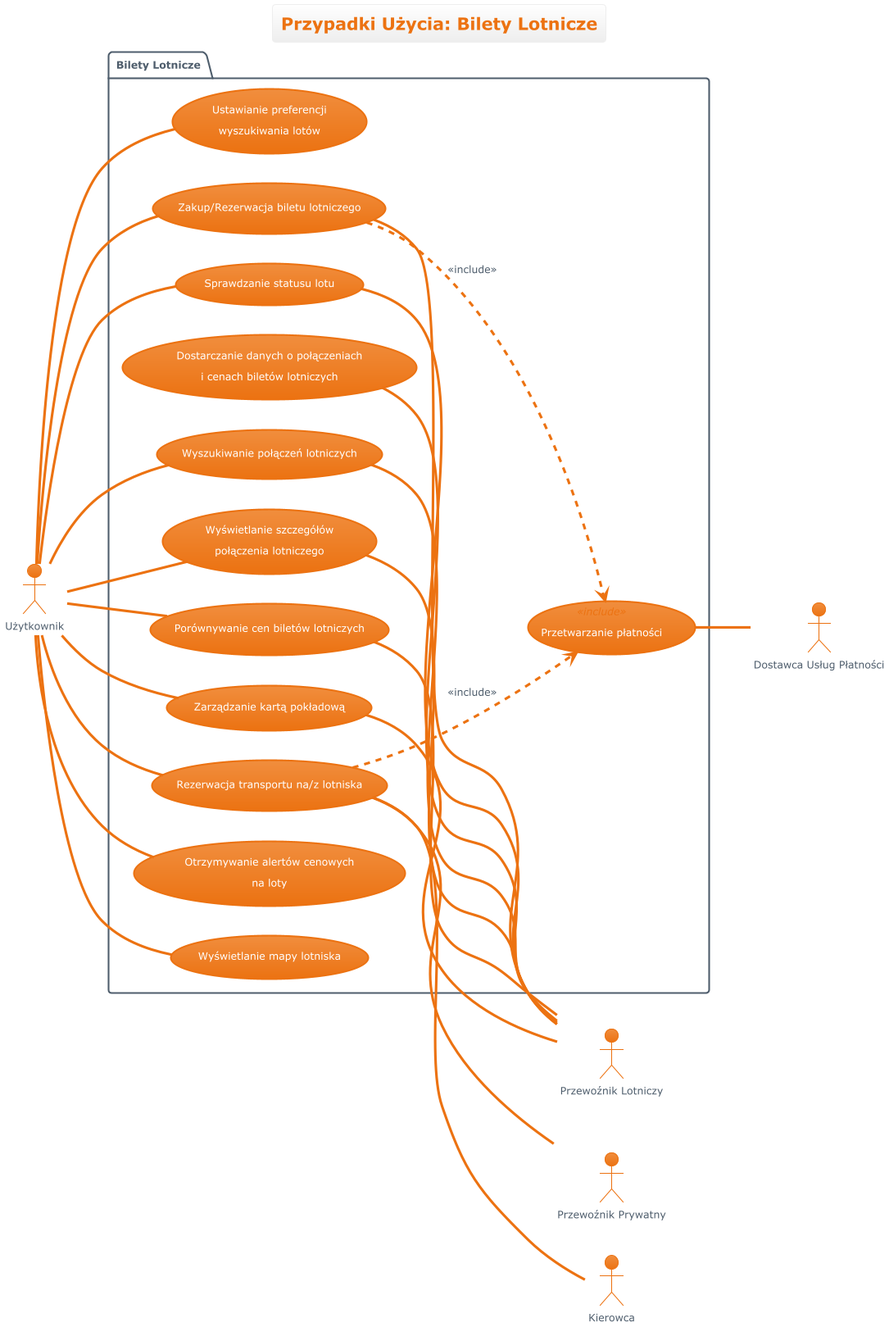
Earlier version of the PlantUML export diagramy/przypadki_uzycia/images/diagram_bilety_lotnicze_1.png (karolbystrek/Projekt-Modele-Wytwarzania-Oprogramowania-Projekt).
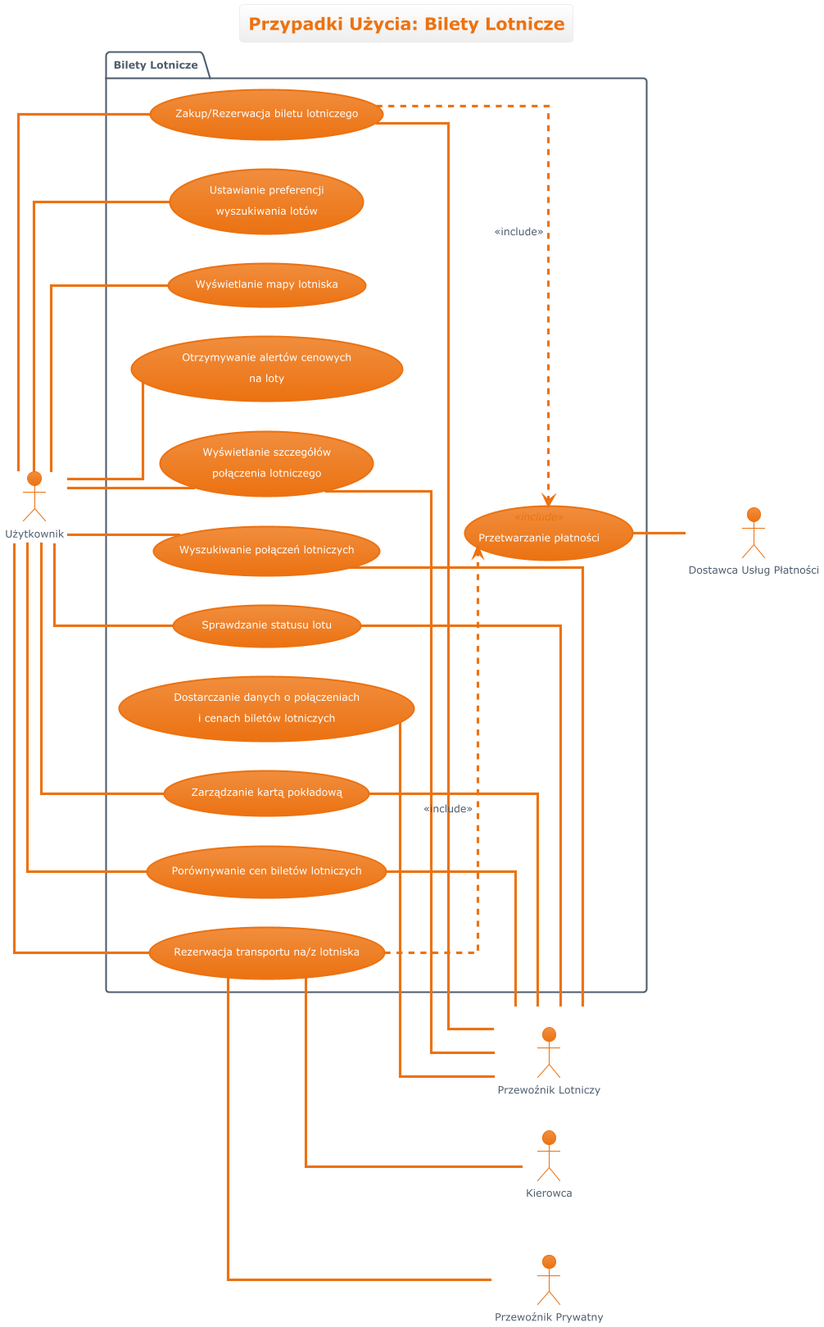
The same diagram one commit later.

Change to the diagram source:
```diff
@@ -558,14 +558,11 @@
 }
 </style>
 !include ../../aws-orange-theme.puml
+skinparam Linetype ortho
 left to right direction
 title "Przypadki Użycia: Bilety Lotnicze"
 
 actor Uzytkownik as "Użytkownik"
-actor PrzewoznikLotniczy as "Przewoźnik Lotniczy" <<system>>
-actor Kierowca
-actor PrzewoznikPrywatny as "Przewoźnik Prywatny" <<system>>
-actor DostawcaUslugPlatnosci as "Dostawca Usług Płatności" <<system>>
 
 package "Bilety Lotnicze" {
   usecase UC_BL1 as "Ustawianie preferencji\nwyszukiwania lotów"
@@ -573,46 +570,45 @@
   usecase UC_BL3 as "Wyświetlanie szczegółów\npołączenia lotniczego"
   usecase UC_BL4 as "Porównywanie cen biletów lotniczych"
   usecase UC_BL_ZAKUP as "Zakup/Rezerwacja biletu lotniczego"
+
   usecase UC_BL5 as "Dostarczanie danych o połączeniach\ni cenach biletów lotniczych"
   usecase UC_BL6 as "Rezerwacja transportu na/z lotniska"
   usecase UC_BL7 as "Zarządzanie kartą pokładową"
   usecase UC_BL8 as "Sprawdzanie statusu lotu"
   usecase UC_BL9 as "Otrzymywanie alertów cenowych\nna loty"
   usecase UC_BL10 as "Wyświetlanie mapy lotniska"
-
   usecase ProcessPayment as "Przetwarzanie płatności" <<include>>
 }
 
+actor PrzewoznikLotniczy as "Przewoźnik Lotniczy" <<system>>
+actor Kierowca
+actor PrzewoznikPrywatny as "Przewoźnik Prywatny" <<system>>
+actor DostawcaUslugPlatnosci as "Dostawca Usług Płatności" <<system>>
+
+UC_BL2 -- PrzewoznikLotniczy
+UC_BL3 -- PrzewoznikLotniczy
+UC_BL4 -- PrzewoznikLotniczy
+UC_BL_ZAKUP -- PrzewoznikLotniczy
+PrzewoznikLotniczy -- UC_BL5
+UC_BL7 -- PrzewoznikLotniczy
+UC_BL8 -- PrzewoznikLotniczy
+
 Uzytkownik -- UC_BL1
 Uzytkownik -- UC_BL2
-UC_BL2 -- PrzewoznikLotniczy
+Uzytkownik -- UC_BL3
+Uzytkownik -- UC_BL4
+Uzytkownik -- UC_BL_ZAKUP
+Uzytkownik -- UC_BL6
+Uzytkownik -- UC_BL7
+Uzytkownik -- UC_BL8
+Uzytkownik -- UC_BL9
+Uzytkownik -- UC_BL10
 
-Uzytkownik -- UC_BL3
-UC_BL3 -- PrzewoznikLotniczy
-
-Uzytkownik -- UC_BL4
-UC_BL4 -- PrzewoznikLotniczy
-
-Uzytkownik -- UC_BL_ZAKUP
-UC_BL_ZAKUP -- PrzewoznikLotniczy
-UC_BL_ZAKUP ..> ProcessPayment : <<include>>
-
-PrzewoznikLotniczy -- UC_BL5
-
-Uzytkownik -- UC_BL6
 UC_BL6 -- Kierowca
 UC_BL6 -- PrzewoznikPrywatny
+
+UC_BL_ZAKUP ..> ProcessPayment : <<include>>
 UC_BL6 ..> ProcessPayment : <<include>>
-
 ProcessPayment -- DostawcaUslugPlatnosci
 
-Uzytkownik -- UC_BL7
-UC_BL7 -- PrzewoznikLotniczy
-
-Uzytkownik -- UC_BL8
-UC_BL8 -- PrzewoznikLotniczy
-
-Uzytkownik -- UC_BL9
-
-Uzytkownik -- UC_BL10
 @enduml
```
